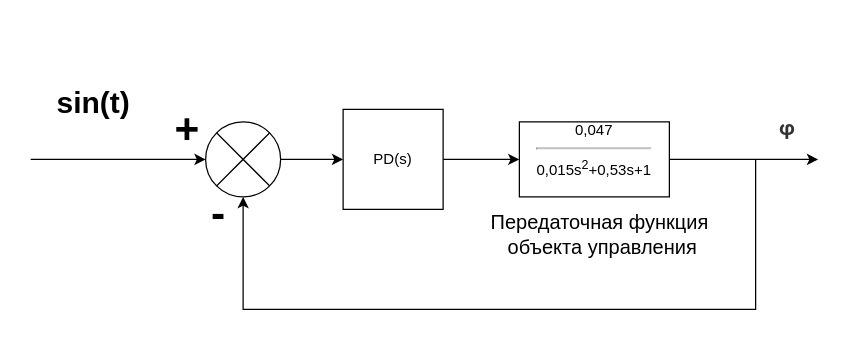
Earlier version of the draw.io diagram Регулятор системы.drawio (XFORVARDX/Control_system_DC_motor). Source tidied: cells renumbered, new cells numbered last; positions are measured from the earlier drawing's top-left corner, leaving out a move shared by most shapes. Both pictures are drawn from the tidied source at 125%, with x=0, y=0 at pixel (30, 21).
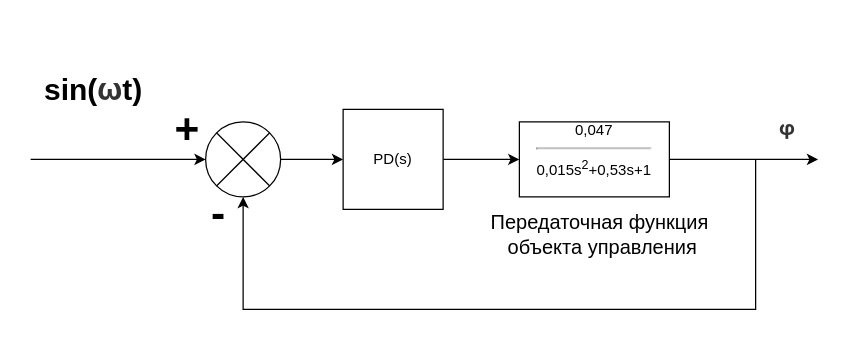
The same page after the edit.

The edit, as a diff of the source:
```diff
@@
-    <mxCell id="7" value="&lt;h1&gt;sin(t)&lt;/h1&gt;" style="text;html=1;align=center;verticalAlign=middle;strokeColor=none;fillColor=none;" parent="1" vertex="1">
-      <mxGeometry x="10" y="30" width="80" height="70" as="geometry" />
+    <mxCell id="7" value="&lt;h1&gt;sin(&lt;strong style=&quot;color: rgb(51, 51, 51); font-family: &amp;quot;YS Text&amp;quot;, -apple-system, BlinkMacSystemFont, Arial, Helvetica, &amp;quot;Arial Unicode MS&amp;quot;, sans-serif; text-align: start; text-wrap-mode: wrap; background-color: rgb(255, 255, 255);&quot;&gt;&lt;font&gt;ω&lt;/font&gt;&lt;/strong&gt;t)&lt;/h1&gt;" style="text;html=1;align=center;verticalAlign=middle;strokeColor=none;fillColor=none;" parent="1" vertex="1">
+      <mxGeometry y="20" width="100" height="70" as="geometry" />
     </mxCell>
```
